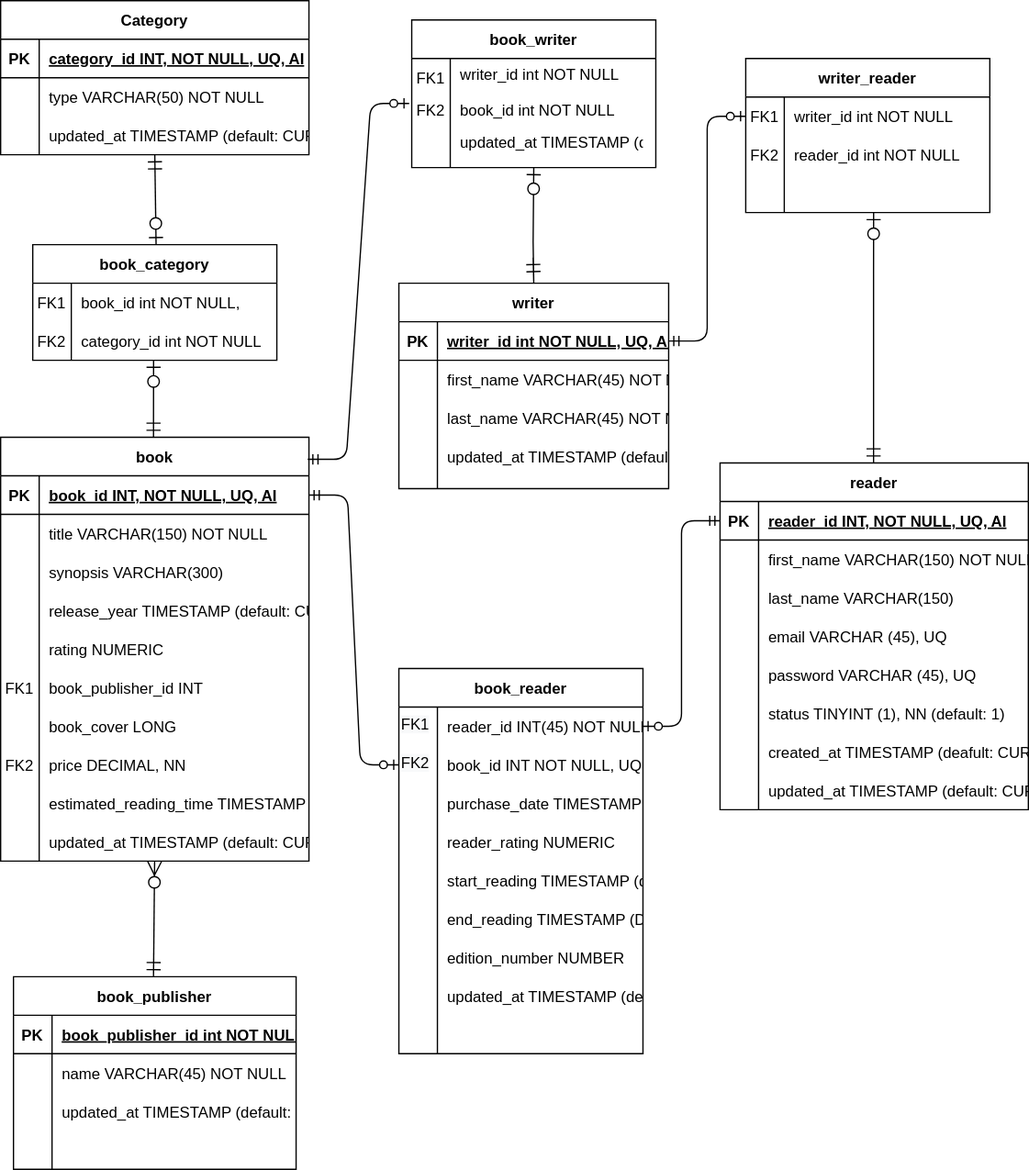
CristianaCostaPereira/BooketList keeps this draw.io diagram as Data_Base_Diagram.svg. Above is the earlier version. Source tidied: cells renumbered, new cells last; positions are measured from the earlier drawing's top-left corner, leaving out a move shared by most shapes.
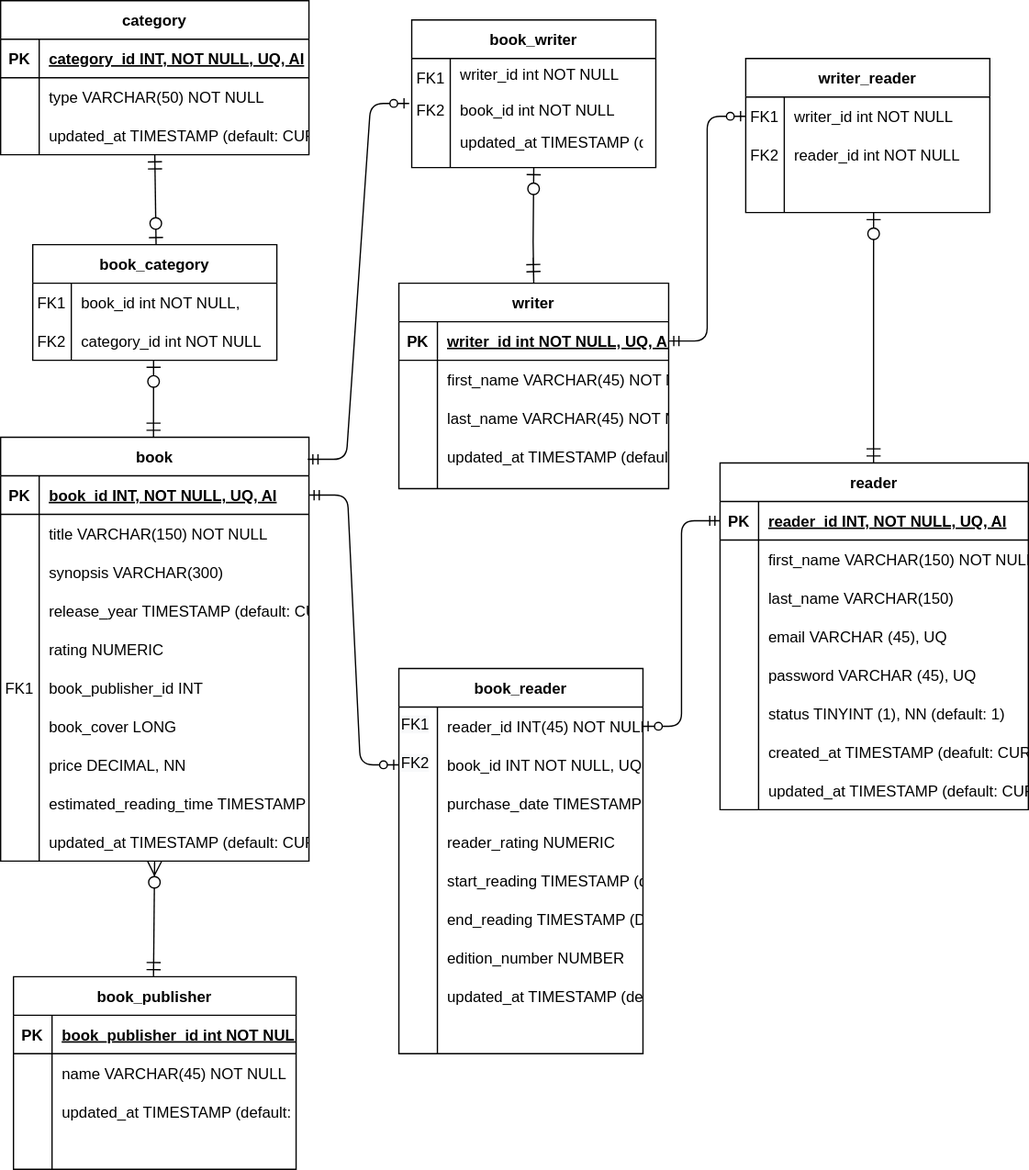
After the commit.

Change to the diagram source:
```diff
@@ -41,7 +41,7 @@
     <mxCell id="14" value="updated_at TIMESTAMP (default: CURRENT_TIMESTAMP ON UPDATE CURRENT_TIMESTAMP)" style="shape=partialRectangle;overflow=hidden;fillColor=none;top=0;left=0;bottom=0;right=0;align=left;spacingLeft=6;" parent="12" vertex="1">
       <mxGeometry x="30" width="180" height="30" as="geometry" />
     </mxCell>
-    <mxCell id="15" value="Category" style="shape=table;startSize=30;rowLines=0;fontStyle=1;align=center;" parent="1" vertex="1">
+    <mxCell id="15" value="category" style="shape=table;startSize=30;rowLines=0;fontStyle=1;align=center;" parent="1" vertex="1">
       <mxGeometry width="240" height="120" as="geometry" />
     </mxCell>
     <mxCell id="16" style="shape=partialRectangle;fillColor=none;top=0;left=0;right=0;bottom=1;" parent="15" vertex="1">
@@ -206,9 +206,6 @@
     <mxCell id="66" value="FK1" style="shape=partialRectangle;overflow=hidden;fillColor=none;top=0;left=0;bottom=0;right=0;" parent="1" vertex="1">
       <mxGeometry y="520" width="30" height="30" as="geometry" />
     </mxCell>
-    <mxCell id="67" value="FK2" style="shape=partialRectangle;overflow=hidden;fillColor=none;top=0;left=0;bottom=0;right=0;" parent="1" vertex="1">
-      <mxGeometry y="580" width="30" height="30" as="geometry" />
-    </mxCell>
     <mxCell id="68" style="edgeStyle=entityRelationEdgeStyle;endArrow=ERzeroToOne;startArrow=ERmandOne;endFill=1;startFill=0;exitX=0.996;exitY=0.052;exitDx=0;exitDy=0;exitPerimeter=0;" parent="1" edge="1" source="35">
       <mxGeometry relative="1" as="geometry">
         <mxPoint x="318" y="80" as="targetPoint" />
```
